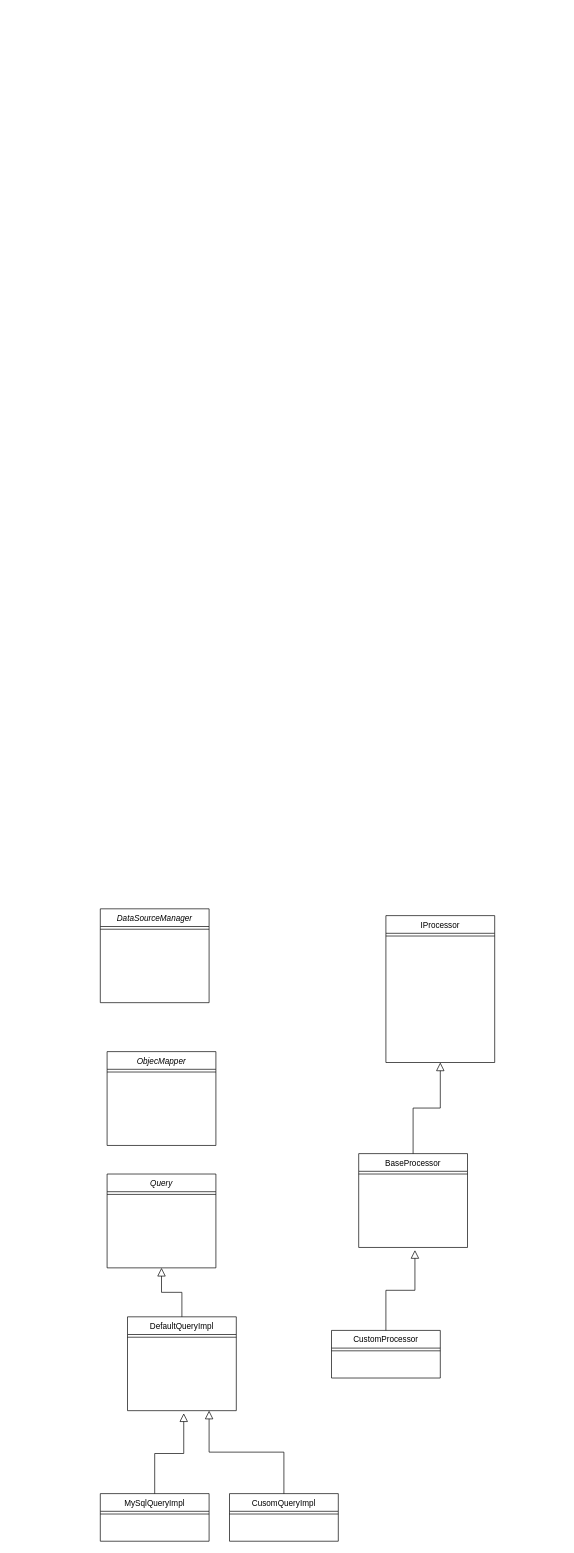
hoangankin2211/orm-prj keeps this draw.io diagram as orm-framework-diagram.drawio. Above is the earlier version. Source tidied: cells renumbered, new cells numbered last; positions are measured from the earlier drawing's top-left corner, leaving out a move shared by most shapes. Both pictures are drawn from the tidied source at 68%, with x=0, y=0 at pixel (100, 908).
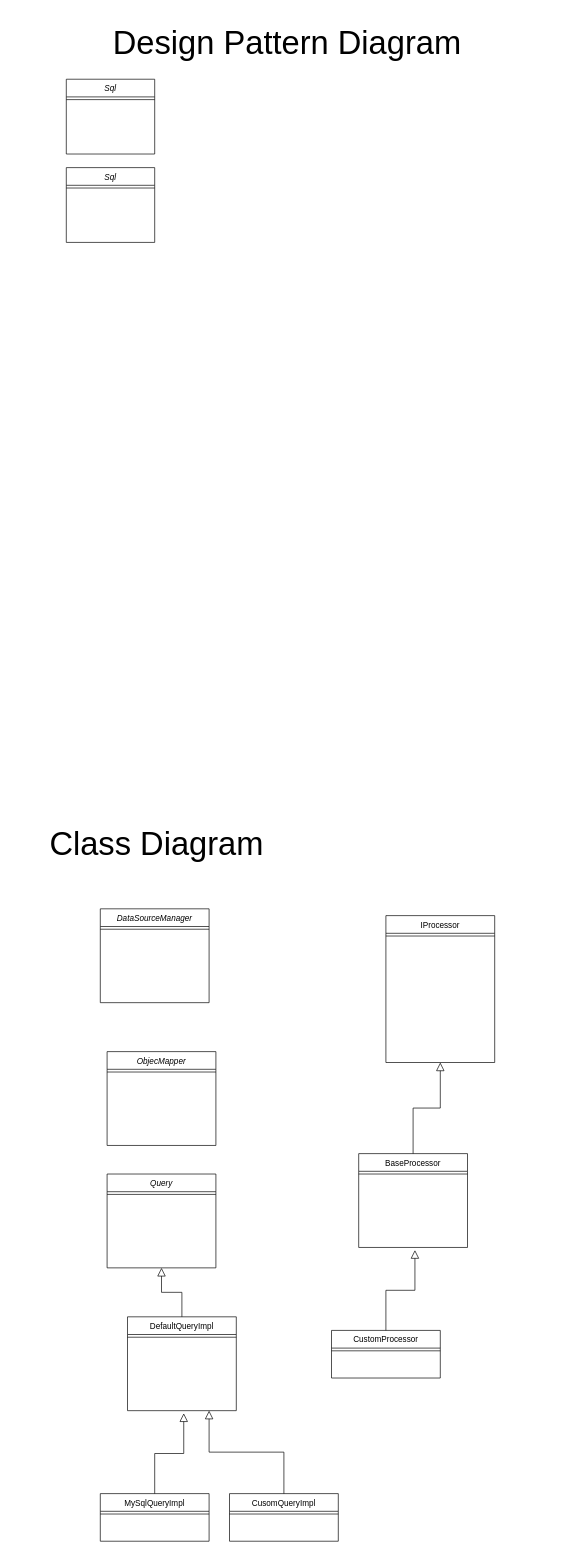
Above is the later version.

The edit, as a diff of the source:
```diff
@@
+    <mxCell id="25" value="&lt;font style=&quot;font-size: 48px;&quot;&gt;Class Diagram&lt;/font&gt;" style="text;html=1;strokeColor=none;fillColor=none;align=center;verticalAlign=middle;whiteSpace=wrap;rounded=0;" parent="1" vertex="1">
+      <mxGeometry x="-117" y="-140" width="400" height="90" as="geometry" />
+    </mxCell>
+    <mxCell id="26" value="&lt;span style=&quot;font-size: 48px;&quot;&gt;Design Pattern Diagram&lt;/span&gt;" style="text;html=1;strokeColor=none;fillColor=none;align=center;verticalAlign=middle;whiteSpace=wrap;rounded=0;" parent="1" vertex="1">
+      <mxGeometry x="-130" y="-1319" width="810" height="90" as="geometry" />
+    </mxCell>
+    <mxCell id="27" value="Sql" style="swimlane;fontStyle=2;align=center;verticalAlign=top;horizontal=1;startSize=26;rounded=0;shadow=0;strokeWidth=1;" parent="1" vertex="1">
+      <mxGeometry x="-50" y="-1220" width="130" height="110" as="geometry" />
+    </mxCell>
+    <mxCell id="28" style="line;html=1;strokeWidth=1;align=left;verticalAlign=middle;spacingTop=-1;spacingLeft=3;spacingRight=3;labelPosition=right;" parent="27" vertex="1">
+      <mxGeometry y="26" width="130" height="8" as="geometry" />
+    </mxCell>
+    <mxCell id="29" value="Sql" style="swimlane;fontStyle=2;align=center;verticalAlign=top;horizontal=1;startSize=26;rounded=0;shadow=0;strokeWidth=1;" parent="1" vertex="1">
+      <mxGeometry x="-50" y="-1090" width="130" height="110" as="geometry" />
+    </mxCell>
+    <mxCell id="30" style="line;html=1;strokeWidth=1;align=left;verticalAlign=middle;spacingTop=-1;spacingLeft=3;spacingRight=3;labelPosition=right;" parent="29" vertex="1">
+      <mxGeometry y="26" width="130" height="8" as="geometry" />
+    </mxCell>
```
